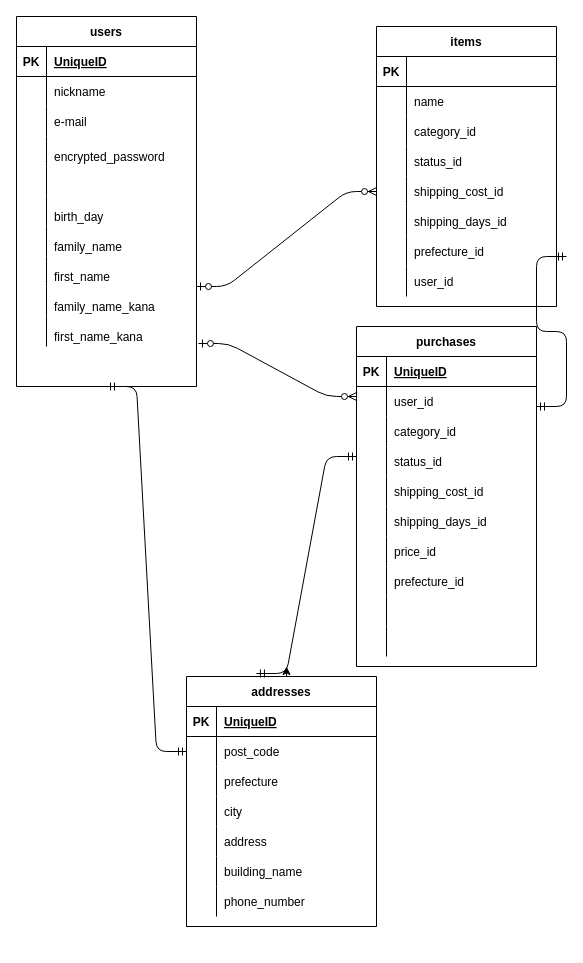
tsizo/furima-34274 keeps this draw.io diagram as test.dio. Above is the earlier version. Source tidied: cells renumbered, new cells numbered last; positions are measured from the earlier drawing's top-left corner, leaving out a move shared by most shapes. Both pictures are drawn from the tidied source at 100%, with x=0, y=0 at pixel (16, 16).
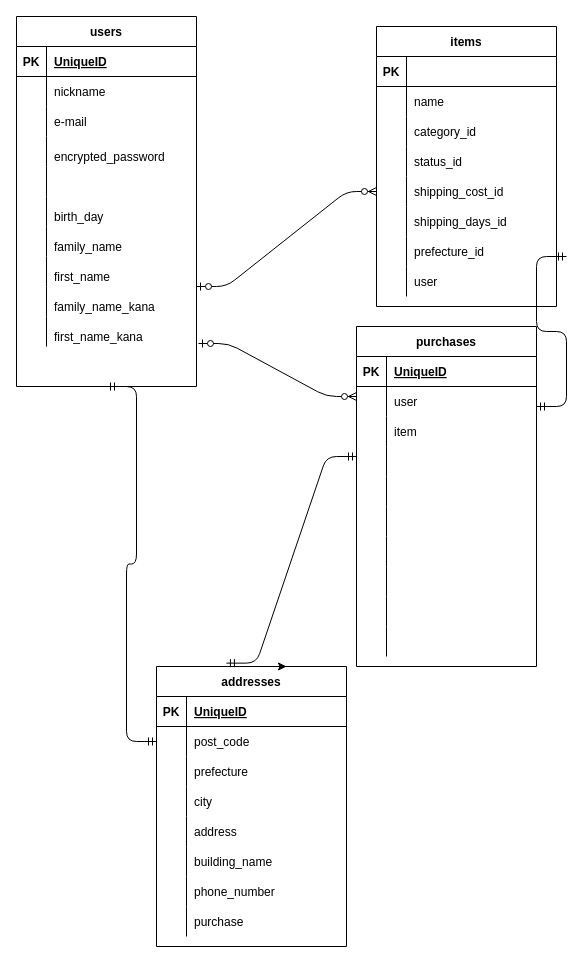
After the change.

Commit message (it also covers changes not shown here):
データベース修正4

Unchanged cells that the change refers to:
```xml
<mxCell id="56" style="shape=partialRectangle;fillColor=none;top=0;left=0;bottom=0;right=0;" parent="34" vertex="1">
  <mxGeometry y="240" width="180" height="30" as="geometry" />
</mxCell>
<mxCell id="87" style="shape=partialRectangle;fillColor=none;top=0;left=0;bottom=0;right=0;" parent="83" vertex="1">
  <mxGeometry y="60" width="180" height="30" as="geometry" />
</mxCell>
<mxCell id="90" style="shape=partialRectangle;fillColor=none;top=0;left=0;bottom=0;right=0;" parent="83" vertex="1">
  <mxGeometry y="90" width="180" height="30" as="geometry" />
</mxCell>
<mxCell id="93" style="shape=partialRectangle;fillColor=none;top=0;left=0;bottom=0;right=0;" parent="83" vertex="1">
  <mxGeometry y="120" width="180" height="30" as="geometry" />
</mxCell>
<mxCell id="96" style="shape=partialRectangle;fillColor=none;top=0;left=0;bottom=0;right=0;" parent="83" vertex="1">
  <mxGeometry y="150" width="180" height="30" as="geometry" />
</mxCell>
<mxCell id="99" style="shape=partialRectangle;fillColor=none;top=0;left=0;bottom=0;right=0;" parent="83" vertex="1">
  <mxGeometry y="180" width="180" height="30" as="geometry" />
</mxCell>
<mxCell id="102" style="shape=partialRectangle;fillColor=none;top=0;left=0;bottom=0;right=0;" parent="83" vertex="1">
  <mxGeometry y="210" width="180" height="30" as="geometry" />
</mxCell>
<mxCell id="105" style="shape=partialRectangle;fillColor=none;top=0;left=0;bottom=0;right=0;" parent="83" vertex="1">
  <mxGeometry y="240" width="180" height="30" as="geometry" />
</mxCell>
```

Diff of the diagram source:
```diff
@@
-    <mxCell id="58" value="user_id" style="shape=partialRectangle;fillColor=none;top=0;left=0;bottom=0;right=0;align=left;spacingLeft=6;overflow=hidden;" parent="56" vertex="1">
+    <mxCell id="58" value="user" style="shape=partialRectangle;fillColor=none;top=0;left=0;bottom=0;right=0;align=left;spacingLeft=6;overflow=hidden;" parent="56" vertex="1">
       <mxGeometry x="30" width="150" height="30" as="geometry" />
     </mxCell>
     <mxCell id="59" value="addresses" style="shape=table;startSize=30;childLayout=tableLayout;rowLines=0;fontStyle=1;align=center;" parent="1" vertex="1">
-      <mxGeometry x="170" y="660" width="190" height="250" as="geometry" />
+      <mxGeometry x="140" y="650" width="190" height="280" as="geometry" />
     </mxCell>
@@
+    <mxCell id="118" style="shape=partialRectangle;fillColor=none;top=0;left=0;bottom=0;right=0;" parent="59" vertex="1">
+      <mxGeometry y="240" width="190" height="30" as="geometry" />
+    </mxCell>
+    <mxCell id="119" style="shape=partialRectangle;fillColor=none;top=0;left=0;bottom=0;right=0;overflow=hidden;" parent="118" vertex="1">
+      <mxGeometry width="30" height="30" as="geometry" />
+    </mxCell>
+    <mxCell id="120" value="purchase" style="shape=partialRectangle;fillColor=none;top=0;left=0;bottom=0;right=0;align=left;spacingLeft=6;overflow=hidden;" parent="118" vertex="1">
+      <mxGeometry x="30" width="160" height="30" as="geometry" />
+    </mxCell>
@@
-    <mxCell id="89" value="user_id" style="shape=partialRectangle;fillColor=none;top=0;left=0;bottom=0;right=0;align=left;spacingLeft=6;overflow=hidden;" parent="87" vertex="1">
+    <mxCell id="89" value="user" style="shape=partialRectangle;fillColor=none;top=0;left=0;bottom=0;right=0;align=left;spacingLeft=6;overflow=hidden;" parent="87" vertex="1">
       <mxGeometry x="30" width="150" height="30" as="geometry" />
     </mxCell>
@@
-    <mxCell id="92" value="category_id" style="shape=partialRectangle;fillColor=none;top=0;left=0;bottom=0;right=0;align=left;spacingLeft=6;overflow=hidden;" parent="90" vertex="1">
+    <mxCell id="92" value="item" style="shape=partialRectangle;fillColor=none;top=0;left=0;bottom=0;right=0;align=left;spacingLeft=6;overflow=hidden;" parent="90" vertex="1">
       <mxGeometry x="30" width="150" height="30" as="geometry" />
     </mxCell>
@@
-    <mxCell id="95" value="status_id" style="shape=partialRectangle;fillColor=none;top=0;left=0;bottom=0;right=0;align=left;spacingLeft=6;overflow=hidden;" parent="93" vertex="1">
+    <mxCell id="95" style="shape=partialRectangle;fillColor=none;top=0;left=0;bottom=0;right=0;align=left;spacingLeft=6;overflow=hidden;" parent="93" vertex="1">
       <mxGeometry x="30" width="150" height="30" as="geometry" />
     </mxCell>
@@
-    <mxCell id="98" value="shipping_cost_id" style="shape=partialRectangle;fillColor=none;top=0;left=0;bottom=0;right=0;align=left;spacingLeft=6;overflow=hidden;" parent="96" vertex="1">
+    <mxCell id="98" style="shape=partialRectangle;fillColor=none;top=0;left=0;bottom=0;right=0;align=left;spacingLeft=6;overflow=hidden;" parent="96" vertex="1">
       <mxGeometry x="30" width="150" height="30" as="geometry" />
     </mxCell>
@@
-    <mxCell id="101" value="shipping_days_id" style="shape=partialRectangle;fillColor=none;top=0;left=0;bottom=0;right=0;align=left;spacingLeft=6;overflow=hidden;" parent="99" vertex="1">
+    <mxCell id="101" style="shape=partialRectangle;fillColor=none;top=0;left=0;bottom=0;right=0;align=left;spacingLeft=6;overflow=hidden;" parent="99" vertex="1">
       <mxGeometry x="30" width="150" height="30" as="geometry" />
     </mxCell>
@@
-    <mxCell id="104" value="price_id" style="shape=partialRectangle;fillColor=none;top=0;left=0;bottom=0;right=0;align=left;spacingLeft=6;overflow=hidden;" parent="102" vertex="1">
+    <mxCell id="104" style="shape=partialRectangle;fillColor=none;top=0;left=0;bottom=0;right=0;align=left;spacingLeft=6;overflow=hidden;" parent="102" vertex="1">
       <mxGeometry x="30" width="150" height="30" as="geometry" />
     </mxCell>
@@
-    <mxCell id="107" value="prefecture_id" style="shape=partialRectangle;fillColor=none;top=0;left=0;bottom=0;right=0;align=left;spacingLeft=6;overflow=hidden;" parent="105" vertex="1">
+    <mxCell id="107" style="shape=partialRectangle;fillColor=none;top=0;left=0;bottom=0;right=0;align=left;spacingLeft=6;overflow=hidden;" parent="105" vertex="1">
       <mxGeometry x="30" width="150" height="30" as="geometry" />
     </mxCell>
```
